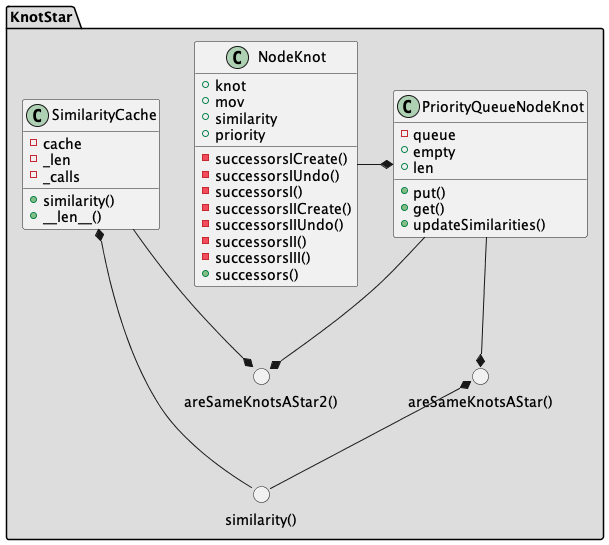
jeronimocabezuelo/KnotIA2 keeps this PlantUML diagram as out/diagramA*/Diagrama de Clases.png. Above is the earlier version. Its diagram source:
```plantuml
@startuml Diagrama de Clases

package "KnotStar" #DDDDDD {
    class NodeKnot {
        +knot
        +mov
        +similarity
        +priority
        -successorsICreate()
        -successorsIUndo()
        -successorsI()
        -successorsIICreate()
        -successorsIIUndo()
        -successorsII()
        -successorsIII()
        +successors()
    }

    class PriorityQueueNodeKnot {
        -queue
        +empty
        +len
        +put()
        +get()
        +updateSimilarities()
    }

    class SimilarityCache {
        -cache
        -_len
        -_calls
        +similarity()
        +__len__()
    }

    circle "similarity()"

    circle "areSameKnotsAStar()"
    circle "areSameKnotsAStar2()"
    "similarity()" -up-* "areSameKnotsAStar()"
    "similarity()" -up-* SimilarityCache

    SimilarityCache --* "areSameKnotsAStar2()"
    PriorityQueueNodeKnot --* "areSameKnotsAStar2()"
    PriorityQueueNodeKnot --* "areSameKnotsAStar()"
    NodeKnot -right-* PriorityQueueNodeKnot
}

@enduml
```
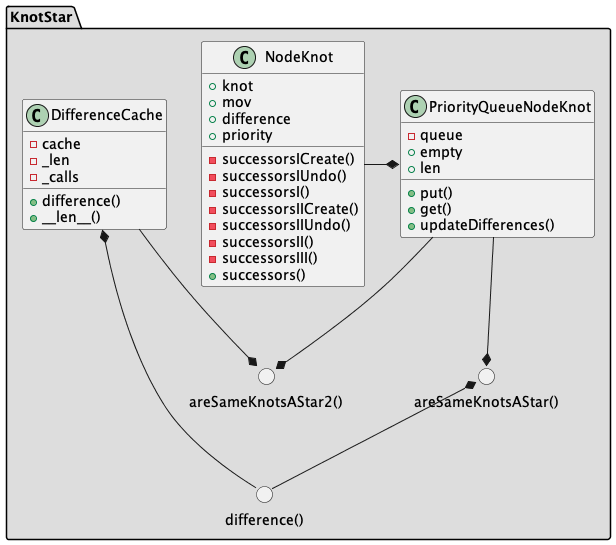
After the commit.

Change to the diagram source:
```diff
@@ -4,7 +4,7 @@
     class NodeKnot {
         +knot
         +mov
-        +similarity
+        +difference
         +priority
         -successorsICreate()
         -successorsIUndo()
@@ -22,25 +22,25 @@
         +len
         +put()
         +get()
-        +updateSimilarities()
+        +updateDifferences()
     }
 
-    class SimilarityCache {
+    class DifferenceCache {
         -cache
         -_len
         -_calls
-        +similarity()
+        +difference()
         +__len__()
     }
 
-    circle "similarity()"
+    circle "difference()"
 
     circle "areSameKnotsAStar()"
     circle "areSameKnotsAStar2()"
-    "similarity()" -up-* "areSameKnotsAStar()"
-    "similarity()" -up-* SimilarityCache
+    "difference()" -up-* "areSameKnotsAStar()"
+    "difference()" -up-* DifferenceCache
 
-    SimilarityCache --* "areSameKnotsAStar2()"
+    DifferenceCache --* "areSameKnotsAStar2()"
     PriorityQueueNodeKnot --* "areSameKnotsAStar2()"
     PriorityQueueNodeKnot --* "areSameKnotsAStar()"
     NodeKnot -right-* PriorityQueueNodeKnot
```
